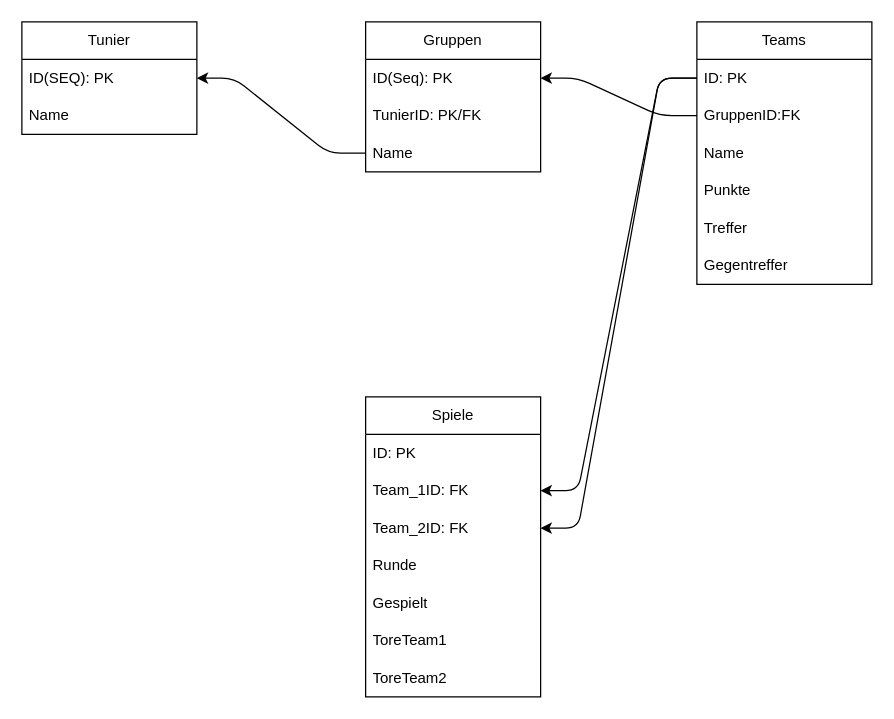
The draw.io diagram klassendiagram.dio in n-bross/JUFO-Web, before the edit. Source tidied: cells renumbered, new cells numbered last; positions are measured from the earlier drawing's top-left corner, leaving out a move shared by most shapes. Both pictures are drawn from the tidied source at 125%, with x=0, y=0 at pixel (21, 21).
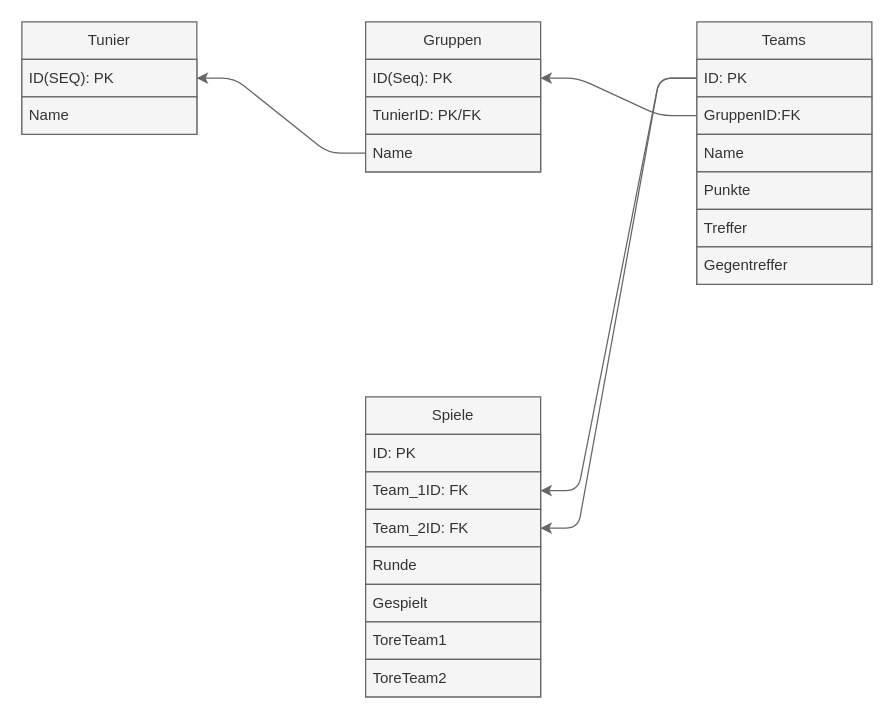
After the change.

Diff of the diagram source:
```diff
@@
-    <mxCell id="2" value="Tunier" style="swimlane;fontStyle=0;horizontal=1;startSize=30;whiteSpace=wrap;html=1;" parent="1" vertex="1">
+    <mxCell id="2" value="Tunier" style="swimlane;fontStyle=0;horizontal=1;startSize=30;whiteSpace=wrap;html=1;fillColor=#f5f5f5;fontColor=#333333;strokeColor=#666666;" parent="1" vertex="1">
       <mxGeometry width="140" height="90" as="geometry" />
     </mxCell>
-    <mxCell id="3" value="ID(SEQ): PK" style="text;strokeColor=none;fillColor=none;align=left;verticalAlign=middle;spacingLeft=4;spacingRight=4;overflow=hidden;points=[[0,0.5],[1,0.5]];portConstraint=eastwest;whiteSpace=wrap;html=1;" parent="2" vertex="1">
+    <mxCell id="3" value="ID(SEQ): PK" style="text;strokeColor=#666666;fillColor=#f5f5f5;align=left;verticalAlign=middle;spacingLeft=4;spacingRight=4;overflow=hidden;points=[[0,0.5],[1,0.5]];portConstraint=eastwest;whiteSpace=wrap;html=1;fontColor=#333333;" parent="2" vertex="1">
       <mxGeometry y="30" width="140" height="30" as="geometry" />
     </mxCell>
-    <mxCell id="4" value="Name" style="text;strokeColor=none;fillColor=none;align=left;verticalAlign=middle;spacingLeft=4;spacingRight=4;overflow=hidden;whiteSpace=wrap;html=1;" parent="2" vertex="1">
+    <mxCell id="4" value="Name" style="text;strokeColor=#666666;fillColor=#f5f5f5;align=left;verticalAlign=middle;spacingLeft=4;spacingRight=4;overflow=hidden;whiteSpace=wrap;html=1;fontColor=#333333;" parent="2" vertex="1">
       <mxGeometry y="60" width="140" height="30" as="geometry" />
     </mxCell>
-    <mxCell id="5" value="Gruppen" style="swimlane;fontStyle=0;horizontal=1;startSize=30;whiteSpace=wrap;html=1;" parent="1" vertex="1">
+    <mxCell id="5" value="Gruppen" style="swimlane;fontStyle=0;horizontal=1;startSize=30;whiteSpace=wrap;html=1;fillColor=#f5f5f5;fontColor=#333333;strokeColor=#666666;" parent="1" vertex="1">
       <mxGeometry x="275" width="140" height="120" as="geometry" />
     </mxCell>
-    <mxCell id="6" value="ID(Seq): PK" style="text;strokeColor=none;fillColor=none;align=left;verticalAlign=middle;spacingLeft=4;spacingRight=4;overflow=hidden;points=[[0,0.5],[1,0.5]];portConstraint=eastwest;whiteSpace=wrap;html=1;" parent="5" vertex="1">
+    <mxCell id="6" value="ID(Seq): PK" style="text;strokeColor=#666666;fillColor=#f5f5f5;align=left;verticalAlign=middle;spacingLeft=4;spacingRight=4;overflow=hidden;points=[[0,0.5],[1,0.5]];portConstraint=eastwest;whiteSpace=wrap;html=1;fontColor=#333333;" parent="5" vertex="1">
       <mxGeometry y="30" width="140" height="30" as="geometry" />
     </mxCell>
-    <mxCell id="7" value="TunierID: PK/FK" style="text;strokeColor=none;fillColor=none;align=left;verticalAlign=middle;spacingLeft=4;spacingRight=4;overflow=hidden;whiteSpace=wrap;html=1;" parent="5" vertex="1">
+    <mxCell id="7" value="TunierID: PK/FK" style="text;strokeColor=#666666;fillColor=#f5f5f5;align=left;verticalAlign=middle;spacingLeft=4;spacingRight=4;overflow=hidden;whiteSpace=wrap;html=1;fontColor=#333333;" parent="5" vertex="1">
       <mxGeometry y="60" width="140" height="30" as="geometry" />
     </mxCell>
-    <mxCell id="8" value="Name" style="text;strokeColor=none;fillColor=none;align=left;verticalAlign=middle;spacingLeft=4;spacingRight=4;overflow=hidden;points=[[0,0.5],[1,0.5]];portConstraint=eastwest;whiteSpace=wrap;html=1;" parent="5" vertex="1">
+    <mxCell id="8" value="Name" style="text;strokeColor=#666666;fillColor=#f5f5f5;align=left;verticalAlign=middle;spacingLeft=4;spacingRight=4;overflow=hidden;points=[[0,0.5],[1,0.5]];portConstraint=eastwest;whiteSpace=wrap;html=1;fontColor=#333333;" parent="5" vertex="1">
       <mxGeometry y="90" width="140" height="30" as="geometry" />
     </mxCell>
-    <mxCell id="9" style="edgeStyle=entityRelationEdgeStyle;html=1;exitX=0;exitY=0.5;exitDx=0;exitDy=0;entryX=1;entryY=0.5;entryDx=0;entryDy=0;" parent="1" edge="1" source="8" target="3">
+    <mxCell id="9" style="edgeStyle=entityRelationEdgeStyle;html=1;exitX=0;exitY=0.5;exitDx=0;exitDy=0;entryX=1;entryY=0.5;entryDx=0;entryDy=0;fillColor=#f5f5f5;strokeColor=#666666;" parent="1" edge="1" source="8" target="3">
       <mxGeometry relative="1" as="geometry" />
     </mxCell>
-    <mxCell id="10" value="Teams" style="swimlane;fontStyle=0;horizontal=1;startSize=30;whiteSpace=wrap;html=1;" parent="1" vertex="1">
+    <mxCell id="10" value="Teams" style="swimlane;fontStyle=0;horizontal=1;startSize=30;whiteSpace=wrap;html=1;fillColor=#f5f5f5;fontColor=#333333;strokeColor=#666666;" parent="1" vertex="1">
       <mxGeometry x="540" width="140" height="210" as="geometry" />
     </mxCell>
-    <mxCell id="11" value="ID: PK" style="text;strokeColor=none;fillColor=none;align=left;verticalAlign=middle;spacingLeft=4;spacingRight=4;overflow=hidden;points=[[0,0.5],[1,0.5]];portConstraint=eastwest;whiteSpace=wrap;html=1;" parent="10" vertex="1">
+    <mxCell id="11" value="ID: PK" style="text;strokeColor=#666666;fillColor=#f5f5f5;align=left;verticalAlign=middle;spacingLeft=4;spacingRight=4;overflow=hidden;points=[[0,0.5],[1,0.5]];portConstraint=eastwest;whiteSpace=wrap;html=1;fontColor=#333333;" parent="10" vertex="1">
       <mxGeometry y="30" width="140" height="30" as="geometry" />
     </mxCell>
-    <mxCell id="12" value="GruppenID:FK" style="text;strokeColor=none;fillColor=none;align=left;verticalAlign=middle;spacingLeft=4;spacingRight=4;overflow=hidden;points=[[0,0.5],[1,0.5]];portConstraint=eastwest;whiteSpace=wrap;html=1;" parent="10" vertex="1">
+    <mxCell id="12" value="GruppenID:FK" style="text;strokeColor=#666666;fillColor=#f5f5f5;align=left;verticalAlign=middle;spacingLeft=4;spacingRight=4;overflow=hidden;points=[[0,0.5],[1,0.5]];portConstraint=eastwest;whiteSpace=wrap;html=1;fontColor=#333333;" parent="10" vertex="1">
       <mxGeometry y="60" width="140" height="30" as="geometry" />
     </mxCell>
-    <mxCell id="13" value="Name" style="text;strokeColor=none;fillColor=none;align=left;verticalAlign=middle;spacingLeft=4;spacingRight=4;overflow=hidden;whiteSpace=wrap;html=1;" parent="10" vertex="1">
+    <mxCell id="13" value="Name" style="text;strokeColor=#666666;fillColor=#f5f5f5;align=left;verticalAlign=middle;spacingLeft=4;spacingRight=4;overflow=hidden;whiteSpace=wrap;html=1;fontColor=#333333;" parent="10" vertex="1">
       <mxGeometry y="90" width="140" height="30" as="geometry" />
     </mxCell>
-    <mxCell id="14" value="Punkte" style="text;strokeColor=none;fillColor=none;align=left;verticalAlign=middle;spacingLeft=4;spacingRight=4;overflow=hidden;whiteSpace=wrap;html=1;" parent="10" vertex="1">
+    <mxCell id="14" value="Punkte" style="text;strokeColor=#666666;fillColor=#f5f5f5;align=left;verticalAlign=middle;spacingLeft=4;spacingRight=4;overflow=hidden;whiteSpace=wrap;html=1;fontColor=#333333;" parent="10" vertex="1">
       <mxGeometry y="120" width="140" height="30" as="geometry" />
     </mxCell>
-    <mxCell id="15" value="Treffer" style="text;strokeColor=none;fillColor=none;align=left;verticalAlign=middle;spacingLeft=4;spacingRight=4;overflow=hidden;whiteSpace=wrap;html=1;" parent="10" vertex="1">
+    <mxCell id="15" value="Treffer" style="text;strokeColor=#666666;fillColor=#f5f5f5;align=left;verticalAlign=middle;spacingLeft=4;spacingRight=4;overflow=hidden;whiteSpace=wrap;html=1;fontColor=#333333;" parent="10" vertex="1">
       <mxGeometry y="150" width="140" height="30" as="geometry" />
     </mxCell>
-    <mxCell id="16" value="Gegentreffer" style="text;strokeColor=none;fillColor=none;align=left;verticalAlign=middle;spacingLeft=4;spacingRight=4;overflow=hidden;whiteSpace=wrap;html=1;" parent="10" vertex="1">
+    <mxCell id="16" value="Gegentreffer" style="text;strokeColor=#666666;fillColor=#f5f5f5;align=left;verticalAlign=middle;spacingLeft=4;spacingRight=4;overflow=hidden;whiteSpace=wrap;html=1;fontColor=#333333;" parent="10" vertex="1">
       <mxGeometry y="180" width="140" height="30" as="geometry" />
     </mxCell>
-    <mxCell id="17" style="edgeStyle=entityRelationEdgeStyle;html=1;exitX=0;exitY=0.5;exitDx=0;exitDy=0;entryX=1;entryY=0.5;entryDx=0;entryDy=0;" parent="1" edge="1" source="12" target="6">
+    <mxCell id="17" style="edgeStyle=entityRelationEdgeStyle;html=1;exitX=0;exitY=0.5;exitDx=0;exitDy=0;entryX=1;entryY=0.5;entryDx=0;entryDy=0;fillColor=#f5f5f5;strokeColor=#666666;" parent="1" edge="1" source="12" target="6">
       <mxGeometry relative="1" as="geometry" />
     </mxCell>
-    <mxCell id="18" value="Spiele" style="swimlane;fontStyle=0;horizontal=1;startSize=30;whiteSpace=wrap;html=1;" parent="1" vertex="1">
+    <mxCell id="18" value="Spiele" style="swimlane;fontStyle=0;horizontal=1;startSize=30;whiteSpace=wrap;html=1;fillColor=#f5f5f5;fontColor=#333333;strokeColor=#666666;" parent="1" vertex="1">
       <mxGeometry x="275" y="300" width="140" height="240" as="geometry" />
     </mxCell>
-    <mxCell id="19" value="ID: PK" style="text;strokeColor=none;fillColor=none;align=left;verticalAlign=middle;spacingLeft=4;spacingRight=4;overflow=hidden;whiteSpace=wrap;html=1;" parent="18" vertex="1">
+    <mxCell id="19" value="ID: PK" style="text;strokeColor=#666666;fillColor=#f5f5f5;align=left;verticalAlign=middle;spacingLeft=4;spacingRight=4;overflow=hidden;whiteSpace=wrap;html=1;fontColor=#333333;" parent="18" vertex="1">
       <mxGeometry y="30" width="140" height="30" as="geometry" />
     </mxCell>
-    <mxCell id="20" value="Team_1ID: FK" style="text;strokeColor=none;fillColor=none;align=left;verticalAlign=middle;spacingLeft=4;spacingRight=4;overflow=hidden;points=[[0,0.5],[1,0.5]];portConstraint=eastwest;whiteSpace=wrap;html=1;" parent="18" vertex="1">
+    <mxCell id="20" value="Team_1ID: FK" style="text;strokeColor=#666666;fillColor=#f5f5f5;align=left;verticalAlign=middle;spacingLeft=4;spacingRight=4;overflow=hidden;points=[[0,0.5],[1,0.5]];portConstraint=eastwest;whiteSpace=wrap;html=1;fontColor=#333333;" parent="18" vertex="1">
       <mxGeometry y="60" width="140" height="30" as="geometry" />
     </mxCell>
-    <mxCell id="21" value="Team_2ID: FK" style="text;strokeColor=none;fillColor=none;align=left;verticalAlign=middle;spacingLeft=4;spacingRight=4;overflow=hidden;points=[[0,0.5],[1,0.5]];portConstraint=eastwest;whiteSpace=wrap;html=1;" parent="18" vertex="1">
+    <mxCell id="21" value="Team_2ID: FK" style="text;strokeColor=#666666;fillColor=#f5f5f5;align=left;verticalAlign=middle;spacingLeft=4;spacingRight=4;overflow=hidden;points=[[0,0.5],[1,0.5]];portConstraint=eastwest;whiteSpace=wrap;html=1;fontColor=#333333;" parent="18" vertex="1">
       <mxGeometry y="90" width="140" height="30" as="geometry" />
     </mxCell>
-    <mxCell id="22" value="Runde" style="text;strokeColor=none;fillColor=none;align=left;verticalAlign=middle;spacingLeft=4;spacingRight=4;overflow=hidden;whiteSpace=wrap;html=1;" parent="18" vertex="1">
+    <mxCell id="22" value="Runde" style="text;strokeColor=#666666;fillColor=#f5f5f5;align=left;verticalAlign=middle;spacingLeft=4;spacingRight=4;overflow=hidden;whiteSpace=wrap;html=1;fontColor=#333333;" parent="18" vertex="1">
       <mxGeometry y="120" width="140" height="30" as="geometry" />
     </mxCell>
-    <mxCell id="23" value="Gespielt" style="text;strokeColor=none;fillColor=none;align=left;verticalAlign=middle;spacingLeft=4;spacingRight=4;overflow=hidden;whiteSpace=wrap;html=1;" parent="18" vertex="1">
+    <mxCell id="23" value="Gespielt" style="text;strokeColor=#666666;fillColor=#f5f5f5;align=left;verticalAlign=middle;spacingLeft=4;spacingRight=4;overflow=hidden;whiteSpace=wrap;html=1;fontColor=#333333;" parent="18" vertex="1">
       <mxGeometry y="150" width="140" height="30" as="geometry" />
     </mxCell>
-    <mxCell id="24" value="ToreTeam1" style="text;strokeColor=none;fillColor=none;align=left;verticalAlign=middle;spacingLeft=4;spacingRight=4;overflow=hidden;whiteSpace=wrap;html=1;" parent="18" vertex="1">
+    <mxCell id="24" value="ToreTeam1" style="text;strokeColor=#666666;fillColor=#f5f5f5;align=left;verticalAlign=middle;spacingLeft=4;spacingRight=4;overflow=hidden;whiteSpace=wrap;html=1;fontColor=#333333;" parent="18" vertex="1">
       <mxGeometry y="180" width="140" height="30" as="geometry" />
     </mxCell>
-    <mxCell id="25" value="ToreTeam2" style="text;strokeColor=none;fillColor=none;align=left;verticalAlign=middle;spacingLeft=4;spacingRight=4;overflow=hidden;whiteSpace=wrap;html=1;" parent="18" vertex="1">
+    <mxCell id="25" value="ToreTeam2" style="text;strokeColor=#666666;fillColor=#f5f5f5;align=left;verticalAlign=middle;spacingLeft=4;spacingRight=4;overflow=hidden;whiteSpace=wrap;html=1;fontColor=#333333;" parent="18" vertex="1">
       <mxGeometry y="210" width="140" height="30" as="geometry" />
     </mxCell>
-    <mxCell id="26" style="edgeStyle=entityRelationEdgeStyle;html=1;exitX=0;exitY=0.5;exitDx=0;exitDy=0;entryX=1;entryY=0.5;entryDx=0;entryDy=0;elbow=vertical;" parent="1" edge="1" source="11" target="21">
+    <mxCell id="26" style="edgeStyle=entityRelationEdgeStyle;html=1;exitX=0;exitY=0.5;exitDx=0;exitDy=0;entryX=1;entryY=0.5;entryDx=0;entryDy=0;elbow=vertical;fillColor=#f5f5f5;strokeColor=#666666;" parent="1" edge="1" source="11" target="21">
       <mxGeometry relative="1" as="geometry" />
     </mxCell>
-    <mxCell id="27" style="edgeStyle=entityRelationEdgeStyle;html=1;exitX=0;exitY=0.5;exitDx=0;exitDy=0;entryX=1;entryY=0.5;entryDx=0;entryDy=0;elbow=vertical;" parent="1" edge="1" source="11" target="20">
+    <mxCell id="27" style="edgeStyle=entityRelationEdgeStyle;html=1;exitX=0;exitY=0.5;exitDx=0;exitDy=0;entryX=1;entryY=0.5;entryDx=0;entryDy=0;elbow=vertical;fillColor=#f5f5f5;strokeColor=#666666;" parent="1" edge="1" source="11" target="20">
       <mxGeometry relative="1" as="geometry" />
     </mxCell>
```
